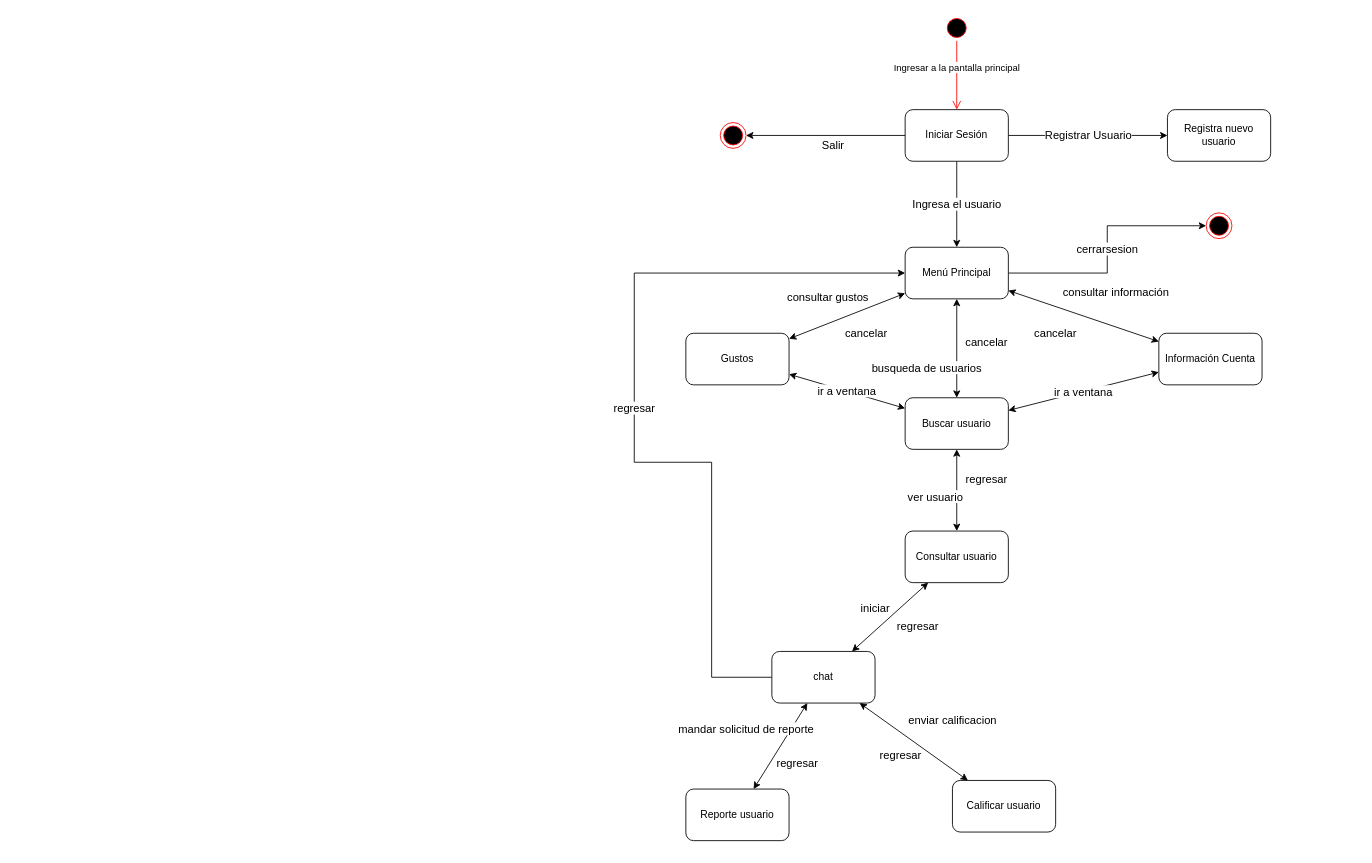
CesarDiaz2712/DocumentacionWeb keeps this draw.io diagram as diagramaNav.drawio. Above is the earlier version. Source tidied: cells renumbered, new cells numbered last; positions are measured from the earlier drawing's top-left corner, leaving out a move shared by most shapes. Both pictures are drawn from the tidied source at 86%, with x=0, y=0 at pixel (634, 15).
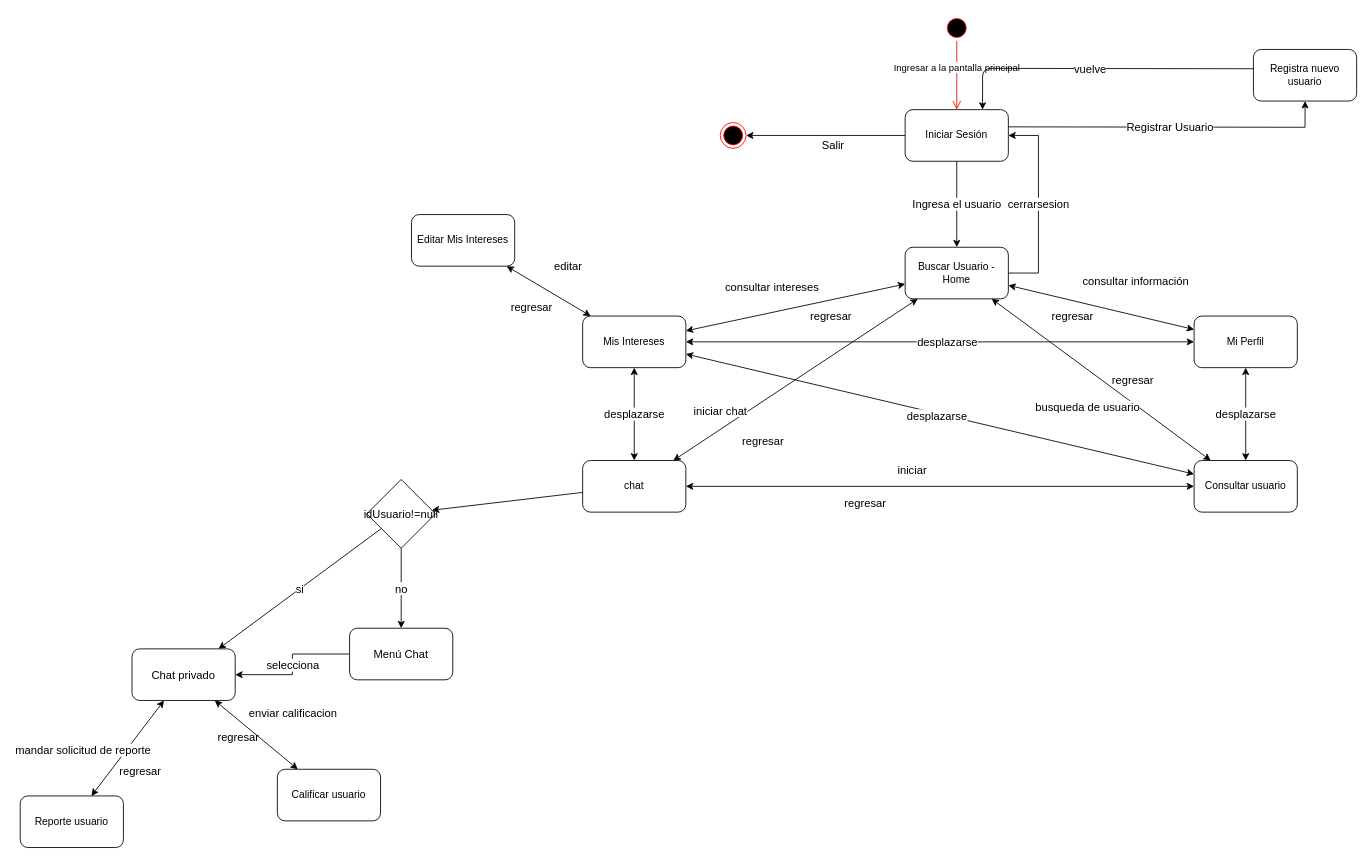
Above is the later version.

The change refers to these unchanged cells:
```xml
<mxCell id="8" value="Iniciar Sesión" style="rounded=1;whiteSpace=wrap;html=1;" parent="1" vertex="1">
  <mxGeometry x="315" y="110" width="120" height="60" as="geometry" />
</mxCell>
```

What changed in the source:
```diff
@@
-    <mxCell id="7" value="Registrar Usuario" style="edgeStyle=orthogonalEdgeStyle;rounded=0;jettySize=auto;html=1;fontSize=13;" parent="1" edge="1" source="8" target="12">
-      <mxGeometry relative="1" as="geometry" />
+    <mxCell id="7" value="Registrar Usuario" style="edgeStyle=orthogonalEdgeStyle;rounded=0;jettySize=auto;html=1;fontSize=13;" parent="1" edge="1" target="12">
+      <mxGeometry relative="1" as="geometry">
+        <mxPoint x="435" y="130" as="sourcePoint" />
+      </mxGeometry>
     </mxCell>
@@
-    <mxCell id="10" value="cerrarsesion" style="edgeStyle=orthogonalEdgeStyle;rounded=0;jettySize=auto;html=1;entryX=0;entryY=0.5;entryDx=0;entryDy=0;fontSize=13;" parent="1" edge="1" source="11" target="37">
-      <mxGeometry relative="1" as="geometry" />
+    <mxCell id="10" value="cerrarsesion" style="edgeStyle=orthogonalEdgeStyle;rounded=0;jettySize=auto;html=1;fontSize=13;" parent="1" edge="1" source="11" target="8">
+      <mxGeometry relative="1" as="geometry">
+        <Array as="points">
+          <mxPoint x="470" y="300" />
+          <mxPoint x="470" y="140" />
+        </Array>
+      </mxGeometry>
     </mxCell>
-    <mxCell id="11" value="Menú Principal" style="rounded=1;whiteSpace=wrap;html=1;" parent="1" vertex="1">
+    <mxCell id="11" value="Buscar Usuario - Home" style="rounded=1;whiteSpace=wrap;html=1;" parent="1" vertex="1">
       <mxGeometry x="315" y="270" width="120" height="60" as="geometry" />
     </mxCell>
     <mxCell id="12" value="Registra nuevo usuario" style="rounded=1;whiteSpace=wrap;html=1;" parent="1" vertex="1">
-      <mxGeometry x="620" y="110" width="120" height="60" as="geometry" />
+      <mxGeometry x="720" y="40" width="120" height="60" as="geometry" />
     </mxCell>
-    <mxCell id="13" value="Información Cuenta" style="rounded=1;whiteSpace=wrap;html=1;" parent="1" vertex="1">
-      <mxGeometry x="610" y="370" width="120" height="60" as="geometry" />
+    <mxCell id="13" value="Mi Perfil" style="rounded=1;whiteSpace=wrap;html=1;" parent="1" vertex="1">
+      <mxGeometry x="651" y="350" width="120" height="60" as="geometry" />
     </mxCell>
@@
-    <mxCell id="15" value="cancelar" style="text;html=1;strokeColor=none;fillColor=none;align=center;verticalAlign=middle;whiteSpace=wrap;rounded=0;fontSize=13;" parent="1" vertex="1">
-      <mxGeometry x="470" y="360" width="40" height="20" as="geometry" />
+    <mxCell id="15" value="regresar" style="text;html=1;strokeColor=none;fillColor=none;align=center;verticalAlign=middle;whiteSpace=wrap;rounded=0;fontSize=13;" parent="1" vertex="1">
+      <mxGeometry x="490" y="340" width="40" height="20" as="geometry" />
     </mxCell>
-    <mxCell id="16" value="Gustos" style="rounded=1;whiteSpace=wrap;html=1;" parent="1" vertex="1">
-      <mxGeometry x="60" y="370" width="120" height="60" as="geometry" />
+    <mxCell id="16" value="Mis Intereses" style="rounded=1;whiteSpace=wrap;html=1;" parent="1" vertex="1">
+      <mxGeometry x="-60" y="350" width="120" height="60" as="geometry" />
     </mxCell>
-    <mxCell id="17" value="consultar gustos" style="endArrow=classic;startArrow=classic;html=1;fontSize=13;" parent="1" edge="1" source="16" target="11">
+    <mxCell id="17" value="consultar intereses" style="endArrow=classic;startArrow=classic;html=1;fontSize=13;" parent="1" edge="1" source="16" target="11">
       <mxGeometry x="-0.17" y="29" relative="1" as="geometry" />
     </mxCell>
-    <mxCell id="18" value="cancelar" style="text;html=1;strokeColor=none;fillColor=none;align=center;verticalAlign=middle;whiteSpace=wrap;rounded=0;fontSize=13;" parent="1" vertex="1">
-      <mxGeometry x="250" y="360" width="40" height="20" as="geometry" />
+    <mxCell id="18" value="regresar" style="text;html=1;strokeColor=none;fillColor=none;align=center;verticalAlign=middle;whiteSpace=wrap;rounded=0;fontSize=13;" parent="1" vertex="1">
+      <mxGeometry x="209" y="340" width="40" height="20" as="geometry" />
     </mxCell>
-    <mxCell id="19" value="regresar" style="edgeStyle=orthogonalEdgeStyle;rounded=0;jettySize=auto;html=1;entryX=0;entryY=0.5;entryDx=0;entryDy=0;fontSize=13;" parent="1" edge="1" source="20" target="11">
-      <mxGeometry relative="1" as="geometry">
-        <Array as="points">
-          <mxPoint x="90" y="770" />
-          <mxPoint x="90" y="520" />
-          <mxPoint y="520" />
-          <mxPoint y="300" />
-        </Array>
-      </mxGeometry>
-    </mxCell>
     <mxCell id="20" value="chat" style="rounded=1;whiteSpace=wrap;html=1;" parent="1" vertex="1">
-      <mxGeometry x="160" y="740" width="120" height="60" as="geometry" />
+      <mxGeometry x="-60" y="518" width="120" height="60" as="geometry" />
     </mxCell>
-    <mxCell id="21" value="Buscar usuario" style="rounded=1;whiteSpace=wrap;html=1;" parent="1" vertex="1">
-      <mxGeometry x="315" y="445" width="120" height="60" as="geometry" />
-    </mxCell>
-    <mxCell id="22" value="busqueda de usuarios" style="endArrow=classic;startArrow=classic;html=1;fontSize=13;" parent="1" edge="1" source="21" target="11">
-      <mxGeometry x="-0.39" y="35" relative="1" as="geometry" />
+    <mxCell id="22" value="busqueda de usuario" style="endArrow=classic;startArrow=classic;html=1;fontSize=13;" parent="1" edge="1" source="26" target="11">
+      <mxGeometry x="-0.04" y="35" relative="1" as="geometry" />
     </mxCell>
-    <mxCell id="23" value="cancelar" style="text;html=1;strokeColor=none;fillColor=none;align=center;verticalAlign=middle;whiteSpace=wrap;rounded=0;fontSize=13;" parent="1" vertex="1">
-      <mxGeometry x="390" y="370" width="40" height="20" as="geometry" />
+    <mxCell id="23" value="regresar" style="text;html=1;strokeColor=none;fillColor=none;align=center;verticalAlign=middle;whiteSpace=wrap;rounded=0;fontSize=13;" parent="1" vertex="1">
+      <mxGeometry x="560" y="414" width="40" height="20" as="geometry" />
     </mxCell>
-    <mxCell id="24" value="ir a ventana" style="endArrow=classic;startArrow=classic;html=1;fontSize=13;" parent="1" edge="1" source="21" target="13">
+    <mxCell id="24" value="desplazarse" style="endArrow=classic;startArrow=classic;html=1;fontSize=13;" parent="1" edge="1" source="26" target="13">
       <mxGeometry relative="1" as="geometry" />
     </mxCell>
-    <mxCell id="25" value="ir a ventana" style="endArrow=classic;startArrow=classic;html=1;fontSize=13;" parent="1" edge="1" source="16" target="21">
-      <mxGeometry relative="1" as="geometry" />
+    <mxCell id="25" value="desplazarse" style="endArrow=classic;startArrow=classic;html=1;fontSize=13;" parent="1" edge="1" source="16" target="26">
+      <mxGeometry x="-0.01" y="-3" relative="1" as="geometry" />
     </mxCell>
     <mxCell id="26" value="Consultar usuario" style="rounded=1;whiteSpace=wrap;html=1;" parent="1" vertex="1">
-      <mxGeometry x="315" y="600" width="120" height="60" as="geometry" />
+      <mxGeometry x="651" y="518" width="120" height="60" as="geometry" />
     </mxCell>
-    <mxCell id="27" value="ver usuario" style="endArrow=classic;startArrow=classic;html=1;fontSize=13;" parent="1" edge="1" source="26" target="21">
-      <mxGeometry x="-0.16" y="25" relative="1" as="geometry" />
-    </mxCell>
-    <mxCell id="28" value="regresar" style="text;html=1;strokeColor=none;fillColor=none;align=center;verticalAlign=middle;whiteSpace=wrap;rounded=0;fontSize=13;" parent="1" vertex="1">
-      <mxGeometry x="390" y="530" width="40" height="20" as="geometry" />
-    </mxCell>
@@
     <mxCell id="30" value="regresar" style="text;html=1;strokeColor=none;fillColor=none;align=center;verticalAlign=middle;whiteSpace=wrap;rounded=0;fontSize=13;" parent="1" vertex="1">
-      <mxGeometry x="310" y="700" width="40" height="20" as="geometry" />
+      <mxGeometry x="249" y="558" width="40" height="20" as="geometry" />
     </mxCell>
     <mxCell id="31" value="Calificar usuario" style="rounded=1;whiteSpace=wrap;html=1;" parent="1" vertex="1">
-      <mxGeometry x="370" y="890" width="120" height="60" as="geometry" />
+      <mxGeometry x="-415" y="877" width="120" height="60" as="geometry" />
     </mxCell>
     <mxCell id="32" value="Reporte usuario" style="rounded=1;whiteSpace=wrap;html=1;" parent="1" vertex="1">
-      <mxGeometry x="60" y="900" width="120" height="60" as="geometry" />
+      <mxGeometry x="-714" y="908" width="120" height="60" as="geometry" />
     </mxCell>
-    <mxCell id="33" value="mandar solicitud de reporte" style="endArrow=classic;startArrow=classic;html=1;fontSize=13;" parent="1" edge="1" source="32" target="20">
-      <mxGeometry x="-0.07" y="45" relative="1" as="geometry" />
+    <mxCell id="33" value="mandar solicitud de reporte" style="endArrow=classic;startArrow=classic;html=1;fontSize=13;" parent="1" edge="1" source="32" target="48">
+      <mxGeometry x="-0.49" y="40" relative="1" as="geometry" />
     </mxCell>
-    <mxCell id="34" value="enviar calificacion" style="endArrow=classic;startArrow=classic;html=1;fontSize=13;" parent="1" edge="1" source="31" target="20">
+    <mxCell id="34" value="enviar calificacion" style="endArrow=classic;startArrow=classic;html=1;fontSize=13;" parent="1" edge="1" source="31" target="48">
       <mxGeometry x="-0.29" y="-46" relative="1" as="geometry">
         <mxPoint y="-1" as="offset" />
       </mxGeometry>
     </mxCell>
     <mxCell id="35" value="regresar" style="text;html=1;strokeColor=none;fillColor=none;align=center;verticalAlign=middle;whiteSpace=wrap;rounded=0;fontSize=13;" parent="1" vertex="1">
-      <mxGeometry x="170" y="860" width="40" height="20" as="geometry" />
+      <mxGeometry x="-594" y="869" width="40" height="20" as="geometry" />
     </mxCell>
     <mxCell id="36" value="regresar" style="text;html=1;strokeColor=none;fillColor=none;align=center;verticalAlign=middle;whiteSpace=wrap;rounded=0;fontSize=13;" parent="1" vertex="1">
-      <mxGeometry x="290" y="850" width="40" height="20" as="geometry" />
+      <mxGeometry x="-480" y="830" width="40" height="20" as="geometry" />
     </mxCell>
-    <mxCell id="37" style="ellipse;html=1;shape=endState;fillColor=#000000;strokeColor=#ff0000;" parent="1" vertex="1">
-      <mxGeometry x="665" y="230" width="30" height="30" as="geometry" />
-    </mxCell>
+    <mxCell id="38" style="endArrow=classic;html=1;exitX=0.002;exitY=0.374;exitDx=0;exitDy=0;exitPerimeter=0;entryX=0.75;entryY=0;entryDx=0;entryDy=0;" parent="1" edge="1" source="12" target="8">
+      <mxGeometry relative="1" as="geometry">
+        <Array as="points">
+          <mxPoint x="405" y="62" />
+        </Array>
+      </mxGeometry>
+    </mxCell>
+    <mxCell id="39" value="vuelve" style="edgeLabel;html=1;align=center;verticalAlign=middle;fontSize=13;" parent="38" vertex="1">
+      <mxGeometry x="0.05" relative="1" as="geometry" />
+    </mxCell>
+    <mxCell id="19" style="endArrow=classic;startArrow=classic;html=1;" parent="1" edge="1" source="20" target="11">
+      <mxGeometry relative="1" as="geometry" />
+    </mxCell>
+    <mxCell id="40" value="iniciar chat" style="edgeLabel;html=1;align=center;verticalAlign=middle;fontSize=13;" parent="19" vertex="1">
+      <mxGeometry x="-0.14" y="-1" relative="1" as="geometry">
+        <mxPoint x="-69" y="22" as="offset" />
+      </mxGeometry>
+    </mxCell>
+    <mxCell id="41" value="regresar" style="text;html=1;strokeColor=none;fillColor=none;align=center;verticalAlign=middle;whiteSpace=wrap;rounded=0;fontSize=13;" parent="1" vertex="1">
+      <mxGeometry x="130" y="485" width="40" height="20" as="geometry" />
+    </mxCell>
+    <mxCell id="42" value="desplazarse" style="endArrow=classic;startArrow=classic;html=1;fontSize=13;" parent="1" edge="1" source="20" target="16">
+      <mxGeometry relative="1" as="geometry" />
+    </mxCell>
+    <mxCell id="43" value="desplazarse" style="endArrow=classic;startArrow=classic;html=1;fontSize=13;" parent="1" edge="1" source="16" target="13">
+      <mxGeometry x="0.03" relative="1" as="geometry" />
+    </mxCell>
+    <mxCell id="44" value="idUsuario!=null" style="rhombus;whiteSpace=wrap;html=1;fontSize=13;" parent="1" vertex="1">
+      <mxGeometry x="-311" y="540" width="80" height="80" as="geometry" />
+    </mxCell>
+    <mxCell id="45" style="endArrow=classic;html=1;fontSize=13;" parent="1" edge="1" source="20" target="44">
+      <mxGeometry relative="1" as="geometry" />
+    </mxCell>
+    <mxCell id="46" value="si" style="endArrow=classic;html=1;fontSize=13;" parent="1" edge="1" source="44" target="48">
+      <mxGeometry relative="1" as="geometry" />
+    </mxCell>
+    <mxCell id="47" value="no" style="endArrow=classic;html=1;fontSize=13;" parent="1" edge="1" source="44" target="50">
+      <mxGeometry relative="1" as="geometry" />
+    </mxCell>
+    <mxCell id="48" value="Chat privado" style="rounded=1;whiteSpace=wrap;html=1;fontSize=13;" parent="1" vertex="1">
+      <mxGeometry x="-584" y="737" width="120" height="60" as="geometry" />
+    </mxCell>
+    <mxCell id="49" value="selecciona" style="edgeStyle=orthogonalEdgeStyle;rounded=0;jettySize=auto;html=1;fontSize=13;" parent="1" edge="1" source="50" target="48">
+      <mxGeometry relative="1" as="geometry" />
+    </mxCell>
+    <mxCell id="50" value="Menú Chat" style="rounded=1;whiteSpace=wrap;html=1;fontSize=13;" parent="1" vertex="1">
+      <mxGeometry x="-331" y="713" width="120" height="60" as="geometry" />
+    </mxCell>
+    <mxCell id="51" value="Editar Mis Intereses" style="rounded=1;whiteSpace=wrap;html=1;" parent="1" vertex="1">
+      <mxGeometry x="-259" y="232" width="120" height="60" as="geometry" />
+    </mxCell>
+    <mxCell id="52" value="&lt;font style=&quot;font-size: 13px&quot;&gt;editar&lt;/font&gt;" style="endArrow=classic;startArrow=classic;html=1;" parent="1" edge="1" source="16" target="51">
+      <mxGeometry x="-0.08" y="-36" relative="1" as="geometry">
+        <mxPoint y="-1" as="offset" />
+      </mxGeometry>
+    </mxCell>
+    <mxCell id="53" value="regresar" style="text;html=1;strokeColor=none;fillColor=none;align=center;verticalAlign=middle;whiteSpace=wrap;rounded=0;fontSize=13;" parent="1" vertex="1">
+      <mxGeometry x="-139" y="330" width="40" height="20" as="geometry" />
+    </mxCell>
```
